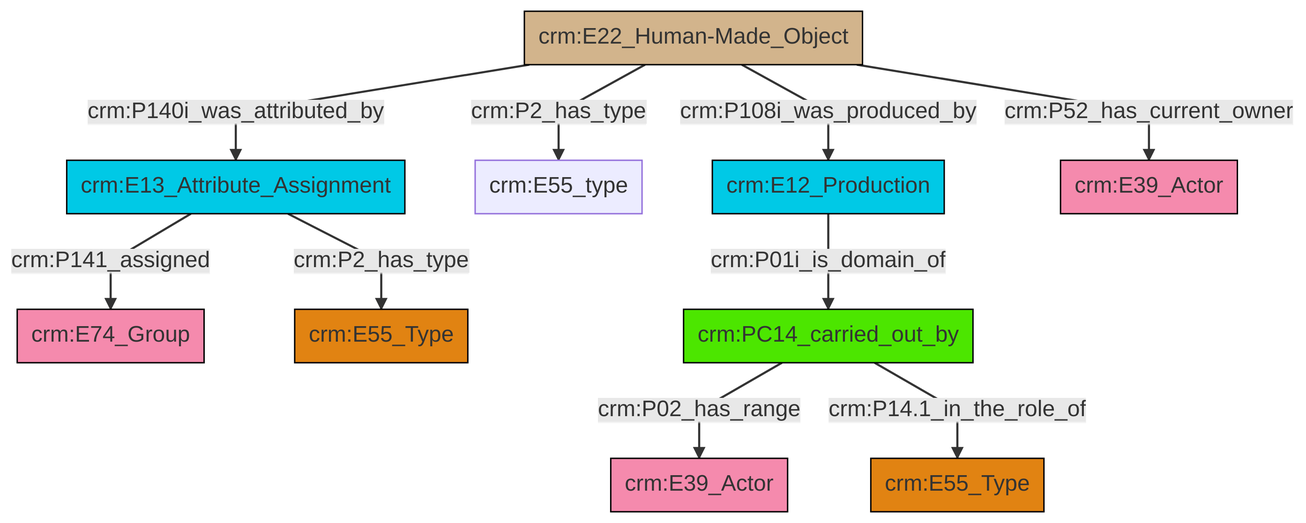
Before: et/builtWorkCSV/ttl/mmd/png/Built_Work_actor_relations.png, a diagram exported from Mermaid (swiss-art-research-net/reference-data-models). Its source is kept beside it as et/builtWorkCSV/ttl/mmd/Built_Work_actor_relations.ttl.mmd. Its diagram source:
```mermaid
graph TD
classDef Literal fill:#f2f2f2,stroke:#000000;
classDef CRM_Entity fill:#FFFFFF,stroke:#000000;
classDef Temporal_Entity fill:#00C9E6, stroke:#000000;
classDef Type fill:#E18312, stroke:#000000;
classDef Time-Span fill:#2C9C91, stroke:#000000;
classDef Appellation fill:#FFEB7F, stroke:#000000;
classDef Place fill:#008836, stroke:#000000;
classDef Persistent_Item fill:#B266B2, stroke:#000000;
classDef Conceptual_Object fill:#FFD700, stroke:#000000;
classDef Physical_Thing fill:#D2B48C, stroke:#000000;
classDef Actor fill:#f58aad, stroke:#000000;
classDef PC_Classes fill:#4ce600, stroke:#000000;
classDef Multi fill:#cccccc,stroke:#000000;

2["crm:E22_Human-Made_Object"]:::Physical_Thing -->|crm:P108i_was_produced_by| 3["crm:E12_Production"]:::Temporal_Entity
2["crm:E22_Human-Made_Object"]:::Physical_Thing -->|crm:P2_has_type| 4["crm:E55_type"]:::Default
5["crm:E13_Attribute_Assignment"]:::Temporal_Entity -->|crm:P141_assigned| 0["crm:E74_Group"]:::Actor
2["crm:E22_Human-Made_Object"]:::Physical_Thing -->|crm:P52_has_current_owner| 11["crm:E39_Actor"]:::Actor
13["crm:PC14_carried_out_by"]:::PC_Classes -->|crm:P02_has_range| 14["crm:E39_Actor"]:::Actor
5["crm:E13_Attribute_Assignment"]:::Temporal_Entity -->|crm:P2_has_type| 6["crm:E55_Type"]:::Type
13["crm:PC14_carried_out_by"]:::PC_Classes -->|crm:P14.1_in_the_role_of| 17["crm:E55_Type"]:::Type
3["crm:E12_Production"]:::Temporal_Entity -->|crm:P01i_is_domain_of| 13["crm:PC14_carried_out_by"]:::PC_Classes
2["crm:E22_Human-Made_Object"]:::Physical_Thing -->|crm:P140i_was_attributed_by| 5["crm:E13_Attribute_Assignment"]:::Temporal_Entity
```
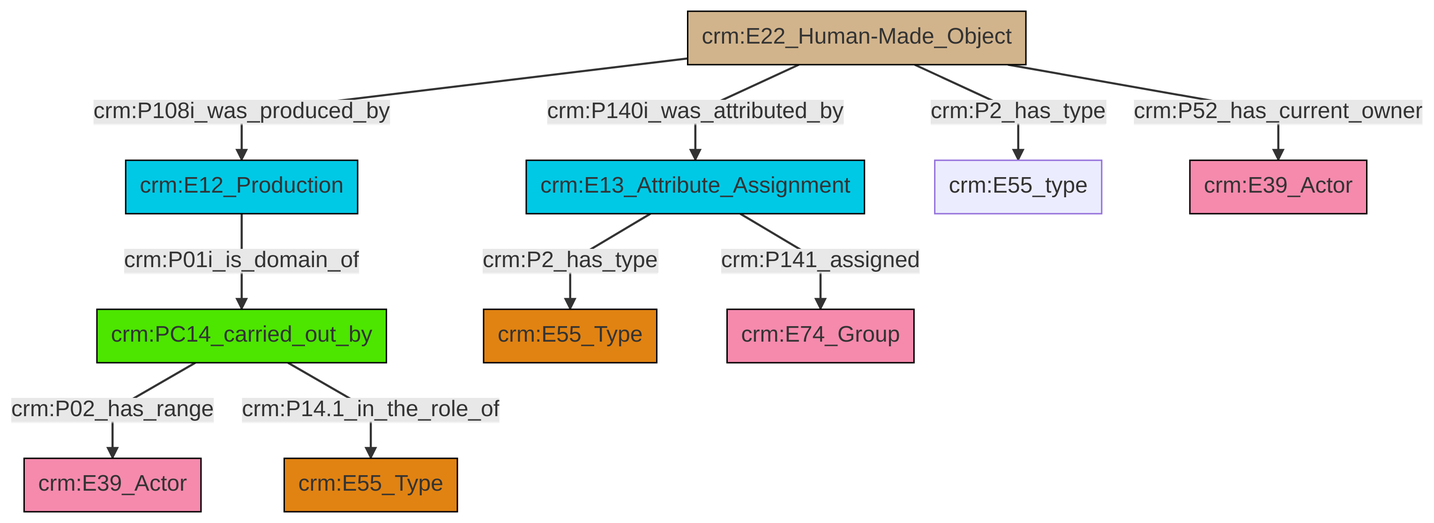
After the commit.

Change to the diagram source:
```diff
@@ -13,12 +13,12 @@
 classDef PC_Classes fill:#4ce600, stroke:#000000;
 classDef Multi fill:#cccccc,stroke:#000000;
 
-2["crm:E22_Human-Made_Object"]:::Physical_Thing -->|crm:P108i_was_produced_by| 3["crm:E12_Production"]:::Temporal_Entity
-2["crm:E22_Human-Made_Object"]:::Physical_Thing -->|crm:P2_has_type| 4["crm:E55_type"]:::Default
-5["crm:E13_Attribute_Assignment"]:::Temporal_Entity -->|crm:P141_assigned| 0["crm:E74_Group"]:::Actor
-2["crm:E22_Human-Made_Object"]:::Physical_Thing -->|crm:P52_has_current_owner| 11["crm:E39_Actor"]:::Actor
-13["crm:PC14_carried_out_by"]:::PC_Classes -->|crm:P02_has_range| 14["crm:E39_Actor"]:::Actor
-5["crm:E13_Attribute_Assignment"]:::Temporal_Entity -->|crm:P2_has_type| 6["crm:E55_Type"]:::Type
-13["crm:PC14_carried_out_by"]:::PC_Classes -->|crm:P14.1_in_the_role_of| 17["crm:E55_Type"]:::Type
-3["crm:E12_Production"]:::Temporal_Entity -->|crm:P01i_is_domain_of| 13["crm:PC14_carried_out_by"]:::PC_Classes
-2["crm:E22_Human-Made_Object"]:::Physical_Thing -->|crm:P140i_was_attributed_by| 5["crm:E13_Attribute_Assignment"]:::Temporal_Entity
+2["crm:PC14_carried_out_by"]:::PC_Classes -->|crm:P02_has_range| 0["crm:E39_Actor"]:::Actor
+3["crm:E13_Attribute_Assignment"]:::Temporal_Entity -->|crm:P2_has_type| 4["crm:E55_Type"]:::Type
+6["crm:E12_Production"]:::Temporal_Entity -->|crm:P01i_is_domain_of| 2["crm:PC14_carried_out_by"]:::PC_Classes
+8["crm:E22_Human-Made_Object"]:::Physical_Thing -->|crm:P108i_was_produced_by| 6["crm:E12_Production"]:::Temporal_Entity
+8["crm:E22_Human-Made_Object"]:::Physical_Thing -->|crm:P2_has_type| 9["crm:E55_type"]:::Default
+8["crm:E22_Human-Made_Object"]:::Physical_Thing -->|crm:P52_has_current_owner| 13["crm:E39_Actor"]:::Actor
+3["crm:E13_Attribute_Assignment"]:::Temporal_Entity -->|crm:P141_assigned| 15["crm:E74_Group"]:::Actor
+2["crm:PC14_carried_out_by"]:::PC_Classes -->|crm:P14.1_in_the_role_of| 11["crm:E55_Type"]:::Type
+8["crm:E22_Human-Made_Object"]:::Physical_Thing -->|crm:P140i_was_attributed_by| 3["crm:E13_Attribute_Assignment"]:::Temporal_Entity
```
